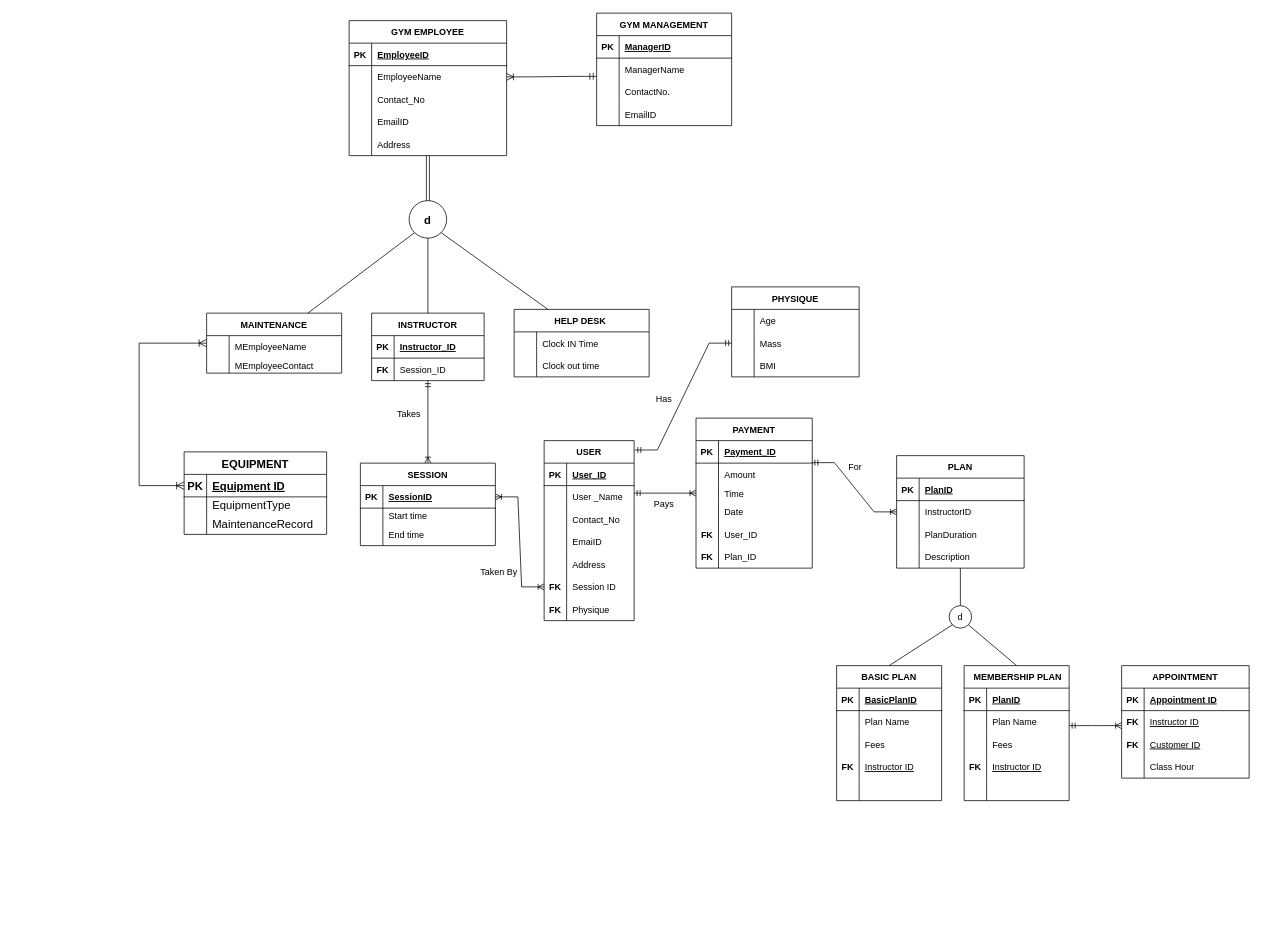
Above: Gym_Management_ERD.drawio in Tharunip/DAMG6210_PROJECT11 (draw.io), before the change. Source tidied: cells renumbered, new cells numbered last; positions are measured from the earlier drawing's top-left corner, leaving out a move shared by most shapes. Both pictures are drawn from the tidied source at 75%, with x=0, y=0 at pixel (139, 13).
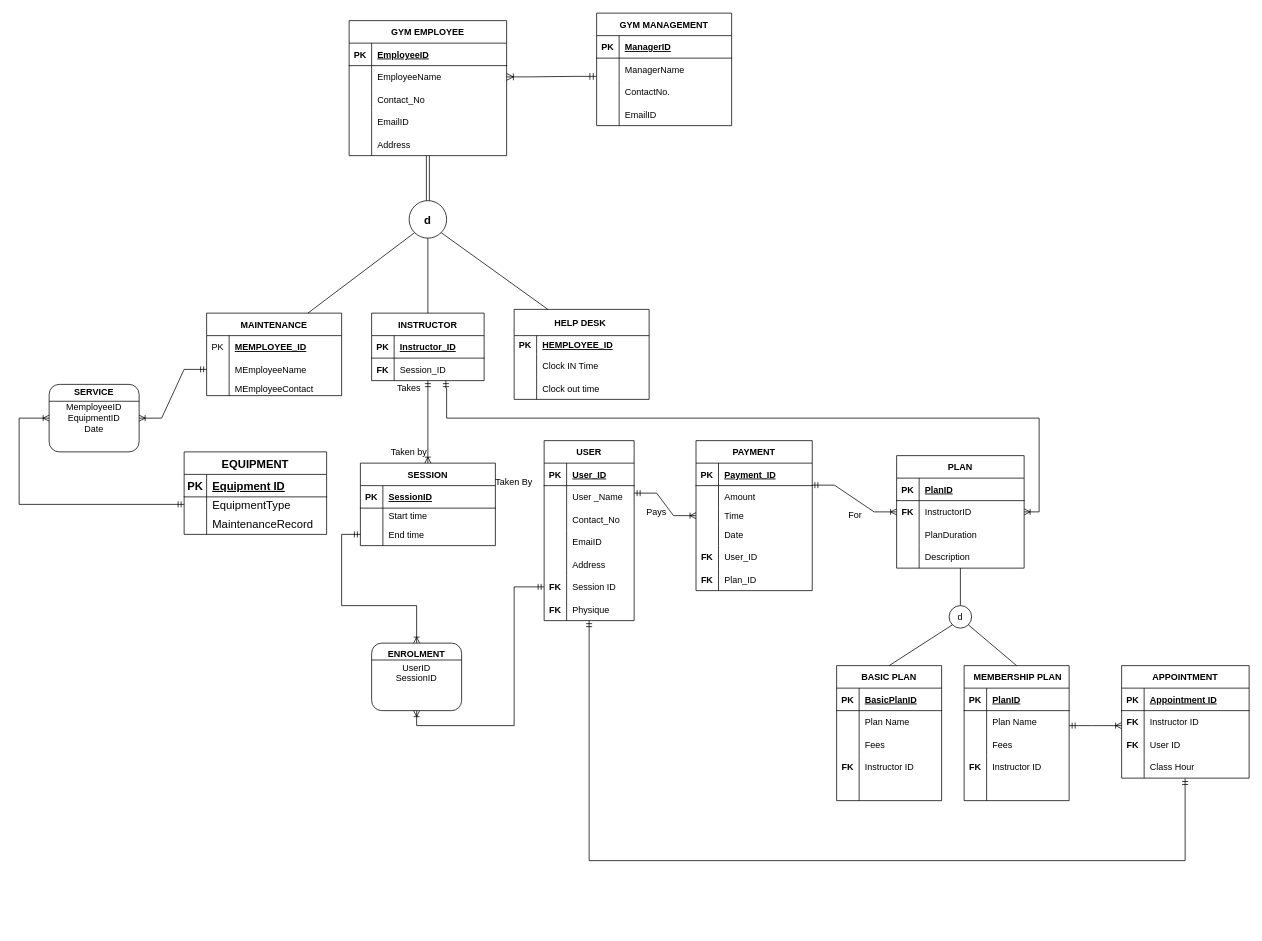
Above is the later version.

Unchanged cells that the change refers to:
```xml
<mxCell id="22" style="shape=tableRow;horizontal=0;startSize=0;swimlaneHead=0;swimlaneBody=0;fillColor=none;points=[[0,0.5],[1,0.5]];portConstraint=eastwest;top=0;left=0;right=0;bottom=0;" parent="18" vertex="1">
  <mxGeometry y="60" width="150" height="30" as="geometry" />
</mxCell>
<mxCell id="26" style="shape=tableRow;horizontal=0;startSize=0;swimlaneHead=0;swimlaneBody=0;fillColor=none;points=[[0,0.5],[1,0.5]];portConstraint=eastwest;top=0;left=0;right=0;bottom=1;" parent="25" vertex="1">
  <mxGeometry y="30" width="180" height="30" as="geometry" />
</mxCell>
<mxCell id="32" style="shape=tableRow;horizontal=0;startSize=0;swimlaneHead=0;swimlaneBody=0;fillColor=none;points=[[0,0.5],[1,0.5]];portConstraint=eastwest;top=0;left=0;right=0;bottom=0;" parent="25" vertex="1">
  <mxGeometry y="80" width="180" height="30" as="geometry" />
</mxCell>
<mxCell id="45" value="USER" style="shape=table;startSize=30;childLayout=tableLayout;rowLines=0;fontStyle=1;align=center;" parent="1" vertex="1">
  <mxGeometry x="540" y="570" width="120" height="240" as="geometry" />
</mxCell>
<mxCell id="61" style="shape=tableRow;horizontal=0;startSize=0;swimlaneHead=0;swimlaneBody=0;fillColor=none;points=[[0,0.5],[1,0.5]];portConstraint=eastwest;top=0;left=0;right=0;bottom=0;" parent="45" vertex="1">
  <mxGeometry y="180" width="120" height="30" as="geometry" />
</mxCell>
<mxCell id="64" style="shape=tableRow;horizontal=0;startSize=0;swimlaneHead=0;swimlaneBody=0;fillColor=none;points=[[0,0.5],[1,0.5]];portConstraint=eastwest;top=0;left=0;right=0;bottom=0;" parent="45" vertex="1">
  <mxGeometry y="210" width="120" height="30" as="geometry" />
</mxCell>
<mxCell id="90" style="shape=tableRow;horizontal=0;startSize=0;swimlaneHead=0;swimlaneBody=0;fillColor=none;points=[[0,0.5],[1,0.5]];portConstraint=eastwest;top=0;left=0;right=0;bottom=0;" parent="86" vertex="1">
  <mxGeometry y="60" width="170" height="30" as="geometry" />
</mxCell>
<mxCell id="144" style="shape=tableRow;horizontal=0;startSize=0;swimlaneHead=0;swimlaneBody=0;fillColor=none;points=[[0,0.5],[1,0.5]];portConstraint=eastwest;top=0;left=0;right=0;bottom=1;fontSize=15;" parent="143" vertex="1">
  <mxGeometry y="30" width="190" height="30" as="geometry" />
</mxCell>
<mxCell id="147" style="shape=tableRow;horizontal=0;startSize=0;swimlaneHead=0;swimlaneBody=0;fillColor=none;points=[[0,0.5],[1,0.5]];portConstraint=eastwest;top=0;left=0;right=0;bottom=0;fontSize=15;" parent="143" vertex="1">
  <mxGeometry y="60" width="190" height="20" as="geometry" />
</mxCell>
<mxCell id="164" style="shape=tableRow;horizontal=0;startSize=0;swimlaneHead=0;swimlaneBody=0;fillColor=none;top=0;left=0;right=0;bottom=0;" parent="154" vertex="1">
  <mxGeometry y="120" width="140" height="30" as="geometry" />
</mxCell>
<mxCell id="180" style="shape=tableRow;horizontal=0;startSize=0;swimlaneHead=0;swimlaneBody=0;fillColor=none;top=0;left=0;right=0;bottom=0;" parent="170" vertex="1">
  <mxGeometry y="120" width="140" height="30" as="geometry" />
</mxCell>
<mxCell id="199" style="shape=tableRow;horizontal=0;startSize=0;swimlaneHead=0;swimlaneBody=0;fillColor=none;top=0;left=0;right=0;bottom=0;" parent="195" vertex="1">
  <mxGeometry y="60" width="170" height="30" as="geometry" />
</mxCell>
<mxCell id="202" style="shape=tableRow;horizontal=0;startSize=0;swimlaneHead=0;swimlaneBody=0;fillColor=none;top=0;left=0;right=0;bottom=0;" parent="195" vertex="1">
  <mxGeometry y="90" width="170" height="30" as="geometry" />
</mxCell>
<mxCell id="205" style="shape=tableRow;horizontal=0;startSize=0;swimlaneHead=0;swimlaneBody=0;fillColor=none;points=[[0,0.5],[1,0.5]];portConstraint=eastwest;top=0;left=0;right=0;bottom=0;" parent="195" vertex="1">
  <mxGeometry y="120" width="170" height="30" as="geometry" />
</mxCell>
```

Diff of the diagram source:
```diff
@@
-    <mxCell id="35" value="PHYSIQUE" style="shape=table;startSize=30;childLayout=tableLayout;rowLines=0;fontStyle=1;align=center;" parent="1" vertex="1">
-      <mxGeometry x="790" y="365" width="170" height="120" as="geometry" />
-    </mxCell>
-    <mxCell id="36" style="shape=tableRow;horizontal=0;startSize=0;swimlaneHead=0;swimlaneBody=0;fillColor=none;top=0;left=0;right=0;bottom=0;" parent="35" vertex="1">
-      <mxGeometry y="30" width="170" height="30" as="geometry" />
-    </mxCell>
-    <mxCell id="37" style="shape=partialRectangle;fillColor=none;top=0;left=0;bottom=0;right=0;overflow=hidden;" parent="36" vertex="1">
-      <mxGeometry width="30" height="30" as="geometry" />
-    </mxCell>
-    <mxCell id="38" value="Age" style="shape=partialRectangle;fillColor=none;top=0;left=0;bottom=0;right=0;align=left;spacingLeft=6;overflow=hidden;" parent="36" vertex="1">
-      <mxGeometry x="30" width="140" height="30" as="geometry" />
-    </mxCell>
-    <mxCell id="39" style="shape=tableRow;horizontal=0;startSize=0;swimlaneHead=0;swimlaneBody=0;fillColor=none;points=[[0,0.5],[1,0.5]];portConstraint=eastwest;top=0;left=0;right=0;bottom=0;" parent="35" vertex="1">
-      <mxGeometry y="60" width="170" height="30" as="geometry" />
-    </mxCell>
-    <mxCell id="40" style="shape=partialRectangle;fillColor=none;top=0;left=0;bottom=0;right=0;overflow=hidden;" parent="39" vertex="1">
-      <mxGeometry width="30" height="30" as="geometry" />
-    </mxCell>
-    <mxCell id="41" value="Mass" style="shape=partialRectangle;fillColor=none;top=0;left=0;bottom=0;right=0;align=left;spacingLeft=6;overflow=hidden;" parent="39" vertex="1">
-      <mxGeometry x="30" width="140" height="30" as="geometry" />
-    </mxCell>
-    <mxCell id="42" style="shape=tableRow;horizontal=0;startSize=0;swimlaneHead=0;swimlaneBody=0;fillColor=none;top=0;left=0;right=0;bottom=0;" parent="35" vertex="1">
-      <mxGeometry y="90" width="170" height="30" as="geometry" />
-    </mxCell>
-    <mxCell id="43" style="shape=partialRectangle;fillColor=none;top=0;left=0;bottom=0;right=0;overflow=hidden;" parent="42" vertex="1">
-      <mxGeometry width="30" height="30" as="geometry" />
-    </mxCell>
-    <mxCell id="44" value="BMI" style="shape=partialRectangle;fillColor=none;top=0;left=0;bottom=0;right=0;align=left;spacingLeft=6;overflow=hidden;" parent="42" vertex="1">
-      <mxGeometry x="30" width="140" height="30" as="geometry" />
-    </mxCell>
@@
     <mxCell id="67" value="PAYMENT" style="shape=table;startSize=30;childLayout=tableLayout;rowLines=0;fontStyle=1;align=center;" parent="1" vertex="1">
-      <mxGeometry x="742.5" y="540" width="155" height="200" as="geometry" />
+      <mxGeometry x="742.5" y="570" width="155" height="200" as="geometry" />
     </mxCell>
@@
-    <mxCell id="91" style="shape=partialRectangle;fillColor=none;top=0;left=0;bottom=0;right=0;overflow=hidden;" parent="90" vertex="1">
+    <mxCell id="91" value="FK" style="shape=partialRectangle;fillColor=none;top=0;left=0;bottom=0;right=0;overflow=hidden;fontStyle=1;" parent="90" vertex="1">
       <mxGeometry width="30" height="30" as="geometry" />
     </mxCell>
@@
-    <mxCell id="100" style="edgeStyle=entityRelationEdgeStyle;fontSize=12;html=1;endArrow=ERmandOne;startArrow=ERmandOne;rounded=0;entryX=0;entryY=0.5;entryDx=0;entryDy=0;exitX=1.008;exitY=0.052;exitDx=0;exitDy=0;exitPerimeter=0;" parent="1" edge="1" source="45" target="39">
-      <mxGeometry relative="1" as="geometry" />
-    </mxCell>
@@
-    <mxCell id="102" style="edgeStyle=entityRelationEdgeStyle;fontSize=12;html=1;endArrow=ERoneToMany;startArrow=ERoneToMany;rounded=0;exitX=0;exitY=0.5;exitDx=0;exitDy=0;" parent="1" edge="1" source="61" target="26">
-      <mxGeometry relative="1" as="geometry" />
-    </mxCell>
@@
     <mxCell id="121" value="MAINTENANCE" style="shape=table;startSize=30;childLayout=tableLayout;rowLines=0;fontStyle=1;align=center;" parent="1" vertex="1">
-      <mxGeometry x="90" y="400" width="180" height="80" as="geometry" />
+      <mxGeometry x="90" y="400" width="180" height="110" as="geometry" />
     </mxCell>
-    <mxCell id="122" style="shape=tableRow;horizontal=0;startSize=0;swimlaneHead=0;swimlaneBody=0;fillColor=none;top=0;left=0;right=0;bottom=0;" parent="121" vertex="1">
+    <mxCell id="122" style="shape=tableRow;horizontal=0;startSize=0;swimlaneHead=0;swimlaneBody=0;fillColor=none;top=0;left=0;right=0;bottom=0;fontStyle=1;" parent="121" vertex="1">
       <mxGeometry y="30" width="180" height="30" as="geometry" />
     </mxCell>
-    <mxCell id="123" style="shape=partialRectangle;fillColor=none;top=0;left=0;bottom=0;right=0;overflow=hidden;" parent="122" vertex="1">
+    <mxCell id="123" value="PK" style="shape=partialRectangle;fillColor=none;top=0;left=0;bottom=0;right=0;overflow=hidden;" parent="122" vertex="1">
       <mxGeometry width="30" height="30" as="geometry" />
     </mxCell>
-    <mxCell id="124" value="MEmployeeName " style="shape=partialRectangle;fillColor=none;top=0;left=0;bottom=0;right=0;align=left;spacingLeft=6;overflow=hidden;" parent="122" vertex="1">
+    <mxCell id="124" value="MEMPLOYEE_ID" style="shape=partialRectangle;fillColor=none;top=0;left=0;bottom=0;right=0;align=left;spacingLeft=6;overflow=hidden;fontStyle=5;" parent="122" vertex="1">
       <mxGeometry x="30" width="150" height="30" as="geometry" />
     </mxCell>
+    <mxCell id="216" style="shape=tableRow;horizontal=0;startSize=0;swimlaneHead=0;swimlaneBody=0;fillColor=none;points=[[0,0.5],[1,0.5]];portConstraint=eastwest;top=0;left=0;right=0;bottom=0;" parent="121" vertex="1">
+      <mxGeometry y="60" width="180" height="30" as="geometry" />
+    </mxCell>
+    <mxCell id="217" style="shape=partialRectangle;fillColor=none;top=0;left=0;bottom=0;right=0;overflow=hidden;" parent="216" vertex="1">
+      <mxGeometry width="30" height="30" as="geometry" />
+    </mxCell>
+    <mxCell id="218" value="MEmployeeName " style="shape=partialRectangle;fillColor=none;top=0;left=0;bottom=0;right=0;align=left;spacingLeft=6;overflow=hidden;" parent="216" vertex="1">
+      <mxGeometry x="30" width="150" height="30" as="geometry" />
+    </mxCell>
     <mxCell id="125" style="shape=tableRow;horizontal=0;startSize=0;swimlaneHead=0;swimlaneBody=0;fillColor=none;top=0;left=0;right=0;bottom=0;" parent="121" vertex="1">
-      <mxGeometry y="60" width="180" height="20" as="geometry" />
+      <mxGeometry y="90" width="180" height="20" as="geometry" />
     </mxCell>
@@
-    <mxCell id="128" value="HELP DESK " style="shape=table;startSize=30;childLayout=tableLayout;rowLines=0;fontStyle=1;align=center;" parent="1" vertex="1">
-      <mxGeometry x="500" y="395" width="180" height="90" as="geometry" />
+    <mxCell id="128" value="HELP DESK " style="shape=table;startSize=35;childLayout=tableLayout;rowLines=0;fontStyle=1;align=center;" parent="1" vertex="1">
+      <mxGeometry x="500" y="395" width="180" height="120" as="geometry" />
     </mxCell>
     <mxCell id="129" style="shape=tableRow;horizontal=0;startSize=0;swimlaneHead=0;swimlaneBody=0;fillColor=none;top=0;left=0;right=0;bottom=0;" parent="128" vertex="1">
-      <mxGeometry y="30" width="180" height="30" as="geometry" />
+      <mxGeometry y="35" width="180" height="25" as="geometry" />
     </mxCell>
-    <mxCell id="130" style="shape=partialRectangle;fillColor=none;top=0;left=0;bottom=0;right=0;overflow=hidden;" parent="129" vertex="1">
-      <mxGeometry width="30" height="30" as="geometry" />
+    <mxCell id="130" value="PK" style="shape=partialRectangle;fillColor=none;top=0;left=0;bottom=0;right=0;overflow=hidden;fontStyle=1;" parent="129" vertex="1">
+      <mxGeometry width="30" height="25" as="geometry" />
     </mxCell>
-    <mxCell id="131" value="Clock IN Time " style="shape=partialRectangle;fillColor=none;top=0;left=0;bottom=0;right=0;align=left;spacingLeft=6;overflow=hidden;" parent="129" vertex="1">
-      <mxGeometry x="30" width="150" height="30" as="geometry" />
+    <mxCell id="131" value="HEMPLOYEE_ID" style="shape=partialRectangle;fillColor=none;top=0;left=0;bottom=0;right=0;align=left;spacingLeft=6;overflow=hidden;fontStyle=5;" parent="129" vertex="1">
+      <mxGeometry x="30" width="150" height="25" as="geometry" />
     </mxCell>
+    <mxCell id="219" style="shape=tableRow;horizontal=0;startSize=0;swimlaneHead=0;swimlaneBody=0;fillColor=none;top=0;left=0;right=0;bottom=0;" parent="128" vertex="1">
+      <mxGeometry y="60" width="180" height="30" as="geometry" />
+    </mxCell>
+    <mxCell id="220" style="shape=partialRectangle;fillColor=none;top=0;left=0;bottom=0;right=0;overflow=hidden;" parent="219" vertex="1">
+      <mxGeometry width="30" height="30" as="geometry" />
+    </mxCell>
+    <mxCell id="221" value="Clock IN Time " style="shape=partialRectangle;fillColor=none;top=0;left=0;bottom=0;right=0;align=left;spacingLeft=6;overflow=hidden;" parent="219" vertex="1">
+      <mxGeometry x="30" width="150" height="30" as="geometry" />
+    </mxCell>
     <mxCell id="132" style="shape=tableRow;horizontal=0;startSize=0;swimlaneHead=0;swimlaneBody=0;fillColor=none;top=0;left=0;right=0;bottom=0;" parent="128" vertex="1">
-      <mxGeometry y="60" width="180" height="30" as="geometry" />
+      <mxGeometry y="90" width="180" height="30" as="geometry" />
     </mxCell>
@@
-    <mxCell id="153" style="edgeStyle=orthogonalEdgeStyle;fontSize=12;html=1;endArrow=ERoneToMany;startArrow=ERoneToMany;rounded=0;startSize=8;endSize=8;entryX=0;entryY=0.5;entryDx=0;entryDy=0;" parent="1" edge="1" target="144">
-      <mxGeometry relative="1" as="geometry">
-        <mxPoint x="90" y="440" as="sourcePoint" />
-        <Array as="points">
-          <mxPoint y="440" />
-          <mxPoint y="630" />
-        </Array>
-      </mxGeometry>
-    </mxCell>
@@
-    <mxCell id="166" value="Instructor ID" style="shape=partialRectangle;fillColor=none;top=0;left=0;bottom=0;right=0;align=left;spacingLeft=6;overflow=hidden;fontStyle=4;" parent="164" vertex="1">
+    <mxCell id="166" value="Instructor ID" style="shape=partialRectangle;fillColor=none;top=0;left=0;bottom=0;right=0;align=left;spacingLeft=6;overflow=hidden;fontStyle=0;" parent="164" vertex="1">
       <mxGeometry x="30" width="110" height="30" as="geometry" />
     </mxCell>
@@
-    <mxCell id="182" value="Instructor ID" style="shape=partialRectangle;fillColor=none;top=0;left=0;bottom=0;right=0;align=left;spacingLeft=6;overflow=hidden;fontStyle=4;" parent="180" vertex="1">
+    <mxCell id="182" value="Instructor ID" style="shape=partialRectangle;fillColor=none;top=0;left=0;bottom=0;right=0;align=left;spacingLeft=6;overflow=hidden;fontStyle=0;" parent="180" vertex="1">
       <mxGeometry x="30" width="110" height="30" as="geometry" />
     </mxCell>
@@
-    <mxCell id="201" value="Instructor ID" style="shape=partialRectangle;fillColor=none;top=0;left=0;bottom=0;right=0;align=left;spacingLeft=6;overflow=hidden;fontStyle=4;" parent="199" vertex="1">
+    <mxCell id="201" value="Instructor ID" style="shape=partialRectangle;fillColor=none;top=0;left=0;bottom=0;right=0;align=left;spacingLeft=6;overflow=hidden;fontStyle=0;" parent="199" vertex="1">
       <mxGeometry x="30" width="140" height="30" as="geometry" />
     </mxCell>
@@
-    <mxCell id="204" value="Customer ID" style="shape=partialRectangle;fillColor=none;top=0;left=0;bottom=0;right=0;align=left;spacingLeft=6;overflow=hidden;fontStyle=4;" parent="202" vertex="1">
+    <mxCell id="204" value="User ID" style="shape=partialRectangle;fillColor=none;top=0;left=0;bottom=0;right=0;align=left;spacingLeft=6;overflow=hidden;fontStyle=0;" parent="202" vertex="1">
       <mxGeometry x="30" width="140" height="30" as="geometry" />
     </mxCell>
@@
     <mxCell id="211" value="Takes" style="text;html=1;strokeColor=none;fillColor=none;align=center;verticalAlign=middle;whiteSpace=wrap;rounded=0;" parent="1" vertex="1">
-      <mxGeometry x="330" y="520" width="60" height="30" as="geometry" />
+      <mxGeometry x="330" y="485" width="60" height="30" as="geometry" />
     </mxCell>
     <mxCell id="212" value="Taken By" style="text;html=1;strokeColor=none;fillColor=none;align=center;verticalAlign=middle;whiteSpace=wrap;rounded=0;" parent="1" vertex="1">
-      <mxGeometry x="450" y="730" width="60" height="30" as="geometry" />
+      <mxGeometry x="470" y="610" width="60" height="30" as="geometry" />
     </mxCell>
     <mxCell id="213" value="Pays" style="text;html=1;strokeColor=none;fillColor=none;align=center;verticalAlign=middle;whiteSpace=wrap;rounded=0;" parent="1" vertex="1">
-      <mxGeometry x="670" y="640" width="60" height="30" as="geometry" />
+      <mxGeometry x="660" y="650" width="60" height="30" as="geometry" />
     </mxCell>
     <mxCell id="214" value="For" style="text;html=1;strokeColor=none;fillColor=none;align=center;verticalAlign=middle;whiteSpace=wrap;rounded=0;" parent="1" vertex="1">
-      <mxGeometry x="925" y="590" width="60" height="30" as="geometry" />
+      <mxGeometry x="925" y="655" width="60" height="30" as="geometry" />
     </mxCell>
-    <mxCell id="215" value="Has" style="text;html=1;strokeColor=none;fillColor=none;align=center;verticalAlign=middle;whiteSpace=wrap;rounded=0;" parent="1" vertex="1">
-      <mxGeometry x="670" y="500" width="60" height="30" as="geometry" />
-    </mxCell>
+    <mxCell id="222" value="MemployeeID&lt;br&gt;EquipmentID&lt;br&gt;Date&lt;br&gt;" style="rounded=1;whiteSpace=wrap;html=1;" parent="1" vertex="1">
+      <mxGeometry x="-120" y="495" width="120" height="90" as="geometry" />
+    </mxCell>
+    <mxCell id="223" value="&lt;table&gt;&lt;tbody&gt;&lt;tr&gt;&lt;td&gt;&lt;b&gt;ENROLMENT&lt;/b&gt;&lt;br&gt;&lt;/td&gt;&lt;/tr&gt;&lt;tr&gt;&lt;td&gt;UserID&lt;br&gt;SessionID&lt;br&gt;&lt;br&gt;&lt;br&gt;&lt;/td&gt;&lt;/tr&gt;&lt;/tbody&gt;&lt;/table&gt;" style="rounded=1;whiteSpace=wrap;html=1;" parent="1" vertex="1">
+      <mxGeometry x="310" y="840" width="120" height="90" as="geometry" />
+    </mxCell>
+    <mxCell id="224" value="Taken by" style="text;html=1;strokeColor=none;fillColor=none;align=center;verticalAlign=middle;whiteSpace=wrap;rounded=0;" parent="1" vertex="1">
+      <mxGeometry x="330" y="570" width="60" height="30" as="geometry" />
+    </mxCell>
+    <mxCell id="225" style="endArrow=none;html=1;rounded=0;exitX=0;exitY=0.25;exitDx=0;exitDy=0;entryX=1;entryY=0.25;entryDx=0;entryDy=0;" parent="1" edge="1" source="223" target="223">
+      <mxGeometry relative="1" as="geometry" />
+    </mxCell>
+    <mxCell id="226" value="&lt;b&gt;SERVICE&lt;/b&gt;" style="text;html=1;strokeColor=none;fillColor=none;align=center;verticalAlign=middle;whiteSpace=wrap;rounded=0;" parent="1" vertex="1">
+      <mxGeometry x="-90" y="490" width="60" height="30" as="geometry" />
+    </mxCell>
+    <mxCell id="227" style="endArrow=none;html=1;rounded=0;exitX=0;exitY=0.25;exitDx=0;exitDy=0;entryX=1;entryY=0.25;entryDx=0;entryDy=0;" parent="1" edge="1" source="222" target="222">
+      <mxGeometry relative="1" as="geometry" />
+    </mxCell>
+    <mxCell id="228" style="edgeStyle=entityRelationEdgeStyle;fontSize=12;html=1;endArrow=ERoneToMany;startArrow=ERmandOne;rounded=0;exitX=0;exitY=0.5;exitDx=0;exitDy=0;entryX=1;entryY=0.5;entryDx=0;entryDy=0;" parent="1" edge="1" source="216" target="222">
+      <mxGeometry relative="1" as="geometry" />
+    </mxCell>
+    <mxCell id="229" style="edgeStyle=elbowEdgeStyle;fontSize=12;html=1;endArrow=ERoneToMany;startArrow=ERmandOne;rounded=0;entryX=0;entryY=0.5;entryDx=0;entryDy=0;exitX=0;exitY=0.5;exitDx=0;exitDy=0;" parent="1" edge="1" source="147" target="222">
+      <mxGeometry relative="1" as="geometry">
+        <Array as="points">
+          <mxPoint x="-160" y="600" />
+        </Array>
+      </mxGeometry>
+    </mxCell>
+    <mxCell id="230" style="edgeStyle=orthogonalEdgeStyle;fontSize=12;html=1;endArrow=ERoneToMany;startArrow=ERmandOne;rounded=0;entryX=1;entryY=0.5;entryDx=0;entryDy=0;exitX=0.66;exitY=1;exitDx=0;exitDy=0;exitPerimeter=0;" parent="1" edge="1" source="22" target="90">
+      <mxGeometry relative="1" as="geometry">
+        <Array as="points">
+          <mxPoint x="409" y="500" />
+          <mxPoint x="410" y="500" />
+          <mxPoint x="410" y="540" />
+          <mxPoint x="1200" y="540" />
+          <mxPoint x="1200" y="665" />
+        </Array>
+      </mxGeometry>
+    </mxCell>
+    <mxCell id="231" style="edgeStyle=orthogonalEdgeStyle;fontSize=12;html=1;endArrow=ERmandOne;startArrow=ERmandOne;rounded=0;entryX=0.498;entryY=1.016;entryDx=0;entryDy=0;entryPerimeter=0;" parent="1" edge="1" source="64" target="205">
+      <mxGeometry relative="1" as="geometry">
+        <Array as="points">
+          <mxPoint x="600" y="1130" />
+          <mxPoint x="1395" y="1130" />
+        </Array>
+      </mxGeometry>
+    </mxCell>
+    <mxCell id="232" style="edgeStyle=orthogonalEdgeStyle;fontSize=12;html=1;endArrow=ERoneToMany;startArrow=ERmandOne;rounded=0;entryX=0.5;entryY=0;entryDx=0;entryDy=0;exitX=0;exitY=0.5;exitDx=0;exitDy=0;" parent="1" edge="1" source="32" target="223">
+      <mxGeometry relative="1" as="geometry">
+        <Array as="points">
+          <mxPoint x="270" y="695" />
+          <mxPoint x="270" y="790" />
+          <mxPoint x="370" y="790" />
+        </Array>
+      </mxGeometry>
+    </mxCell>
+    <mxCell id="233" style="edgeStyle=orthogonalEdgeStyle;fontSize=12;html=1;endArrow=ERoneToMany;startArrow=ERmandOne;rounded=0;exitX=0;exitY=0.5;exitDx=0;exitDy=0;entryX=0.5;entryY=1;entryDx=0;entryDy=0;" parent="1" edge="1" source="61" target="223">
+      <mxGeometry relative="1" as="geometry">
+        <Array as="points">
+          <mxPoint x="500" y="765" />
+          <mxPoint x="500" y="950" />
+          <mxPoint x="370" y="950" />
+        </Array>
+      </mxGeometry>
+    </mxCell>
```
